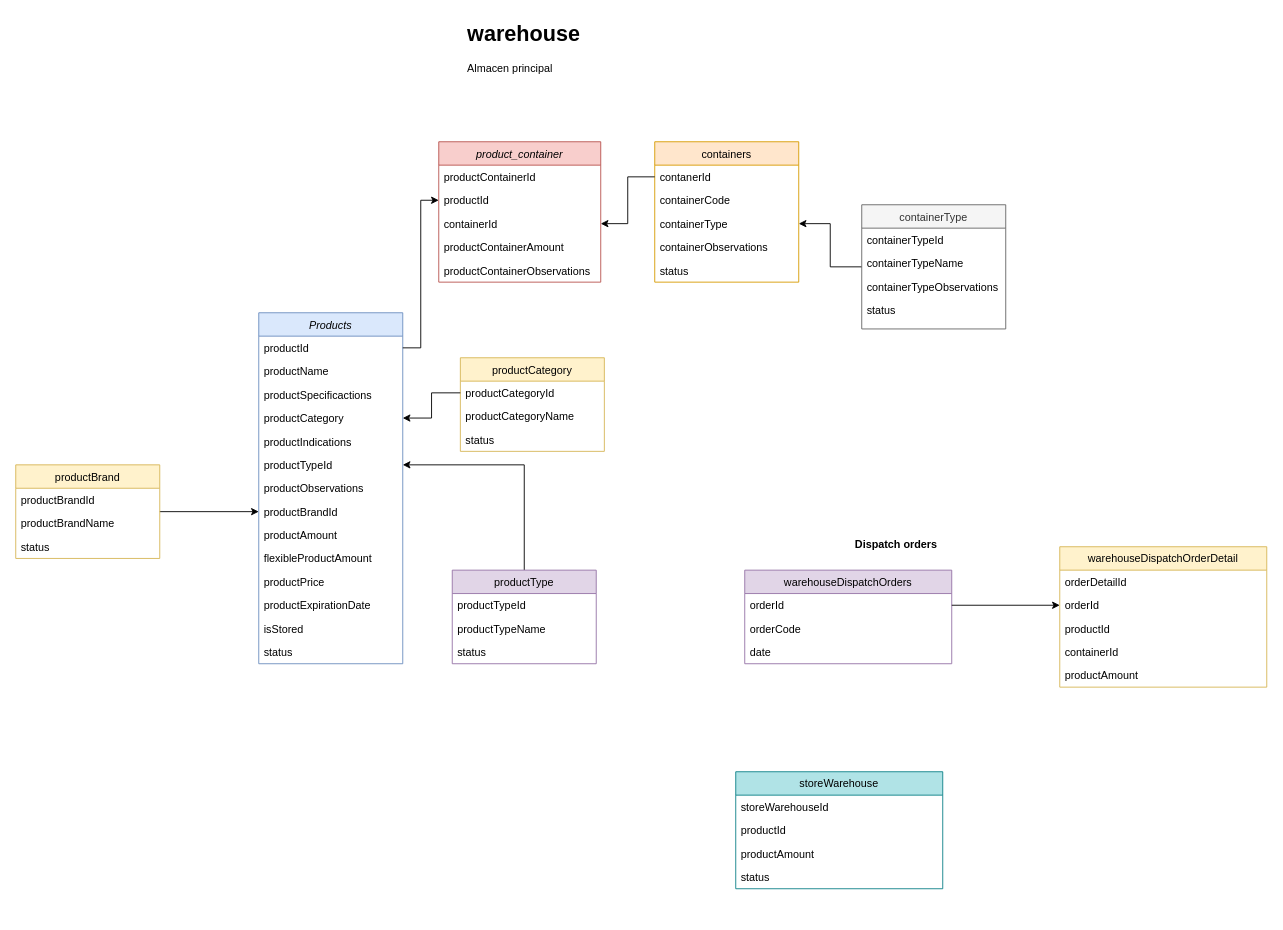
Before: pharmacy.drawio in CarlosMayo1/pharmacy, a draw.io diagram. Source tidied: cells renumbered, new cells numbered last; positions are measured from the earlier drawing's top-left corner, leaving out a move shared by most shapes. Both pictures are drawn from the tidied source at 90%, with x=0, y=0 at pixel (15, 15).
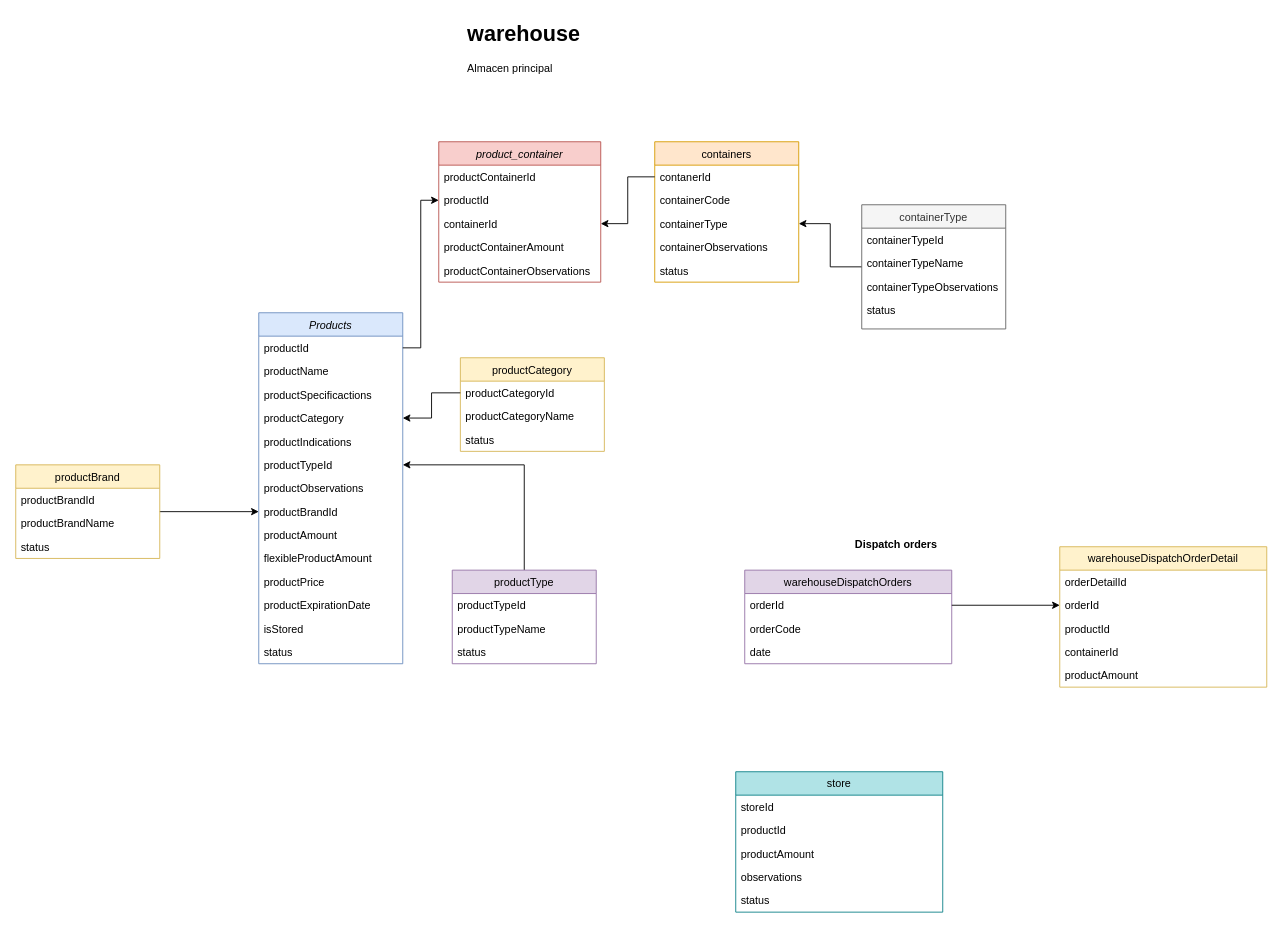
Above is the later version.

Diff of the diagram source:
```diff
@@
-    <mxCell id="65" value="storeWarehouse" style="swimlane;fontStyle=0;align=center;verticalAlign=top;horizontal=1;startSize=26;rounded=0;shadow=0;strokeWidth=1;fillColor=#b0e3e6;strokeColor=#0e8088;" parent="1" vertex="1">
-      <mxGeometry x="800" y="840" width="230" height="130" as="geometry" />
+    <mxCell id="65" value="store&#10;" style="swimlane;fontStyle=0;align=center;verticalAlign=top;horizontal=1;startSize=26;rounded=0;shadow=0;strokeWidth=1;fillColor=#b0e3e6;strokeColor=#0e8088;" parent="1" vertex="1">
+      <mxGeometry x="800" y="840" width="230" height="156" as="geometry" />
     </mxCell>
-    <mxCell id="66" value="storeWarehouseId" style="text;align=left;verticalAlign=top;spacingLeft=4;spacingRight=4;overflow=hidden;" parent="65" vertex="1">
+    <mxCell id="66" value="storeId" style="text;align=left;verticalAlign=top;spacingLeft=4;spacingRight=4;overflow=hidden;" parent="65" vertex="1">
       <mxGeometry y="26" width="230" height="26" as="geometry" />
     </mxCell>
@@
+    <mxCell id="70" value="observations" style="text;align=left;verticalAlign=top;spacingLeft=4;spacingRight=4;overflow=hidden;" parent="65" vertex="1">
+      <mxGeometry y="104" width="230" height="26" as="geometry" />
+    </mxCell>
     <mxCell id="69" value="status" style="text;align=left;verticalAlign=top;spacingLeft=4;spacingRight=4;overflow=hidden;" parent="65" vertex="1">
-      <mxGeometry y="104" width="230" height="26" as="geometry" />
+      <mxGeometry y="130" width="230" height="26" as="geometry" />
     </mxCell>
```
